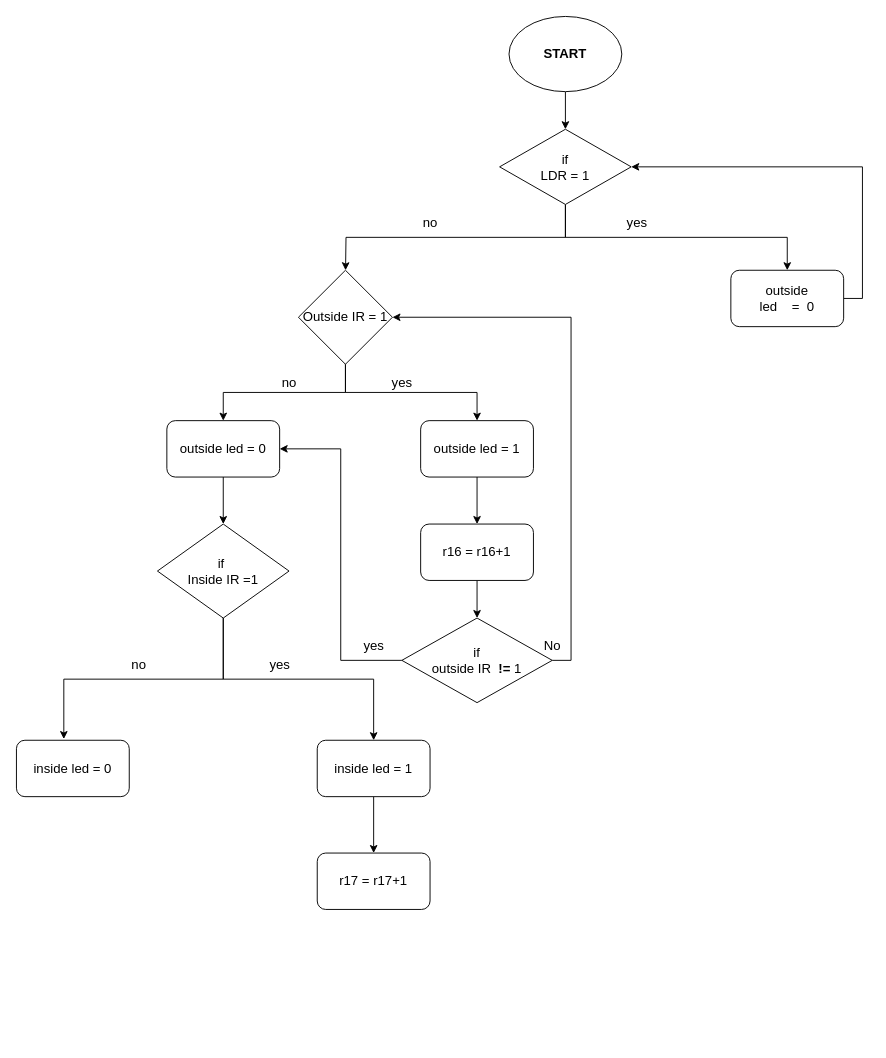
This is User flow diagram mid evaluation.drawio from Narthanasiva/auto_light, a draw.io file, before an edit. Source tidied: cells renumbered, new cells numbered last; positions are measured from the earlier drawing's top-left corner, leaving out a move shared by most shapes. Both pictures are drawn from the tidied source at 94%, with x=0, y=0 at pixel (16, 16).
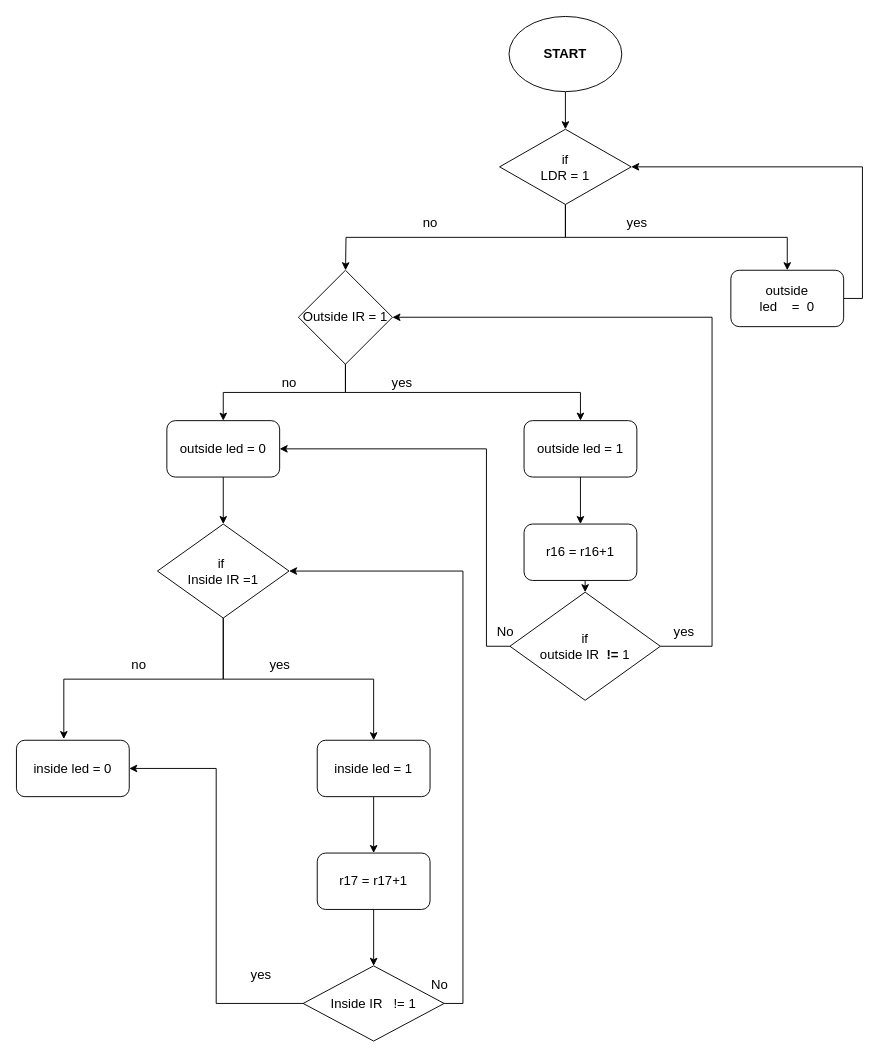
After the change.

Unchanged cells that the change refers to:
```xml
<mxCell id="13" value="Outside IR = 1" style="rhombus;whiteSpace=wrap;html=1;fontSize=14;" parent="1" vertex="1">
  <mxGeometry x="300" y="270" width="100" height="100" as="geometry" />
</mxCell>
<mxCell id="17" value="outside led = 0" style="rounded=1;whiteSpace=wrap;html=1;fontSize=14;" parent="1" vertex="1">
  <mxGeometry x="160" y="430" width="120" height="60" as="geometry" />
</mxCell>
<mxCell id="29" value="if&amp;nbsp;&lt;br&gt;Inside IR =1" style="rhombus;whiteSpace=wrap;html=1;fontSize=14;" parent="1" vertex="1">
  <mxGeometry x="150" y="540" width="140" height="100" as="geometry" />
</mxCell>
<mxCell id="32" value="inside led = 0" style="rounded=1;whiteSpace=wrap;html=1;fontSize=14;" parent="1" vertex="1">
  <mxGeometry y="770" width="120" height="60" as="geometry" />
</mxCell>
<mxCell id="35" value="r17 = r17+1" style="rounded=1;whiteSpace=wrap;html=1;fontSize=14;" parent="1" vertex="1">
  <mxGeometry x="320" y="890" width="120" height="60" as="geometry" />
</mxCell>
```

Change to the diagram source:
```diff
@@
     <mxCell id="15" value="outside led = 1" style="rounded=1;whiteSpace=wrap;html=1;fontSize=14;" parent="1" vertex="1">
-      <mxGeometry x="430" y="430" width="120" height="60" as="geometry" />
+      <mxGeometry x="540" y="430" width="120" height="60" as="geometry" />
     </mxCell>
@@
     <mxCell id="21" value="r16 = r16+1" style="rounded=1;whiteSpace=wrap;html=1;fontSize=14;" parent="1" vertex="1">
-      <mxGeometry x="430" y="540" width="120" height="60" as="geometry" />
+      <mxGeometry x="540" y="540" width="120" height="60" as="geometry" />
     </mxCell>
     <mxCell id="22" style="edgeStyle=orthogonalEdgeStyle;rounded=0;jettySize=auto;html=1;exitX=1;exitY=0.5;exitDx=0;exitDy=0;entryX=1;entryY=0.5;entryDx=0;entryDy=0;fontSize=14;" parent="1" edge="1" source="24" target="13">
-      <mxGeometry relative="1" as="geometry" />
+      <mxGeometry relative="1" as="geometry">
+        <Array as="points">
+          <mxPoint x="740" y="670" />
+          <mxPoint x="740" y="320" />
+        </Array>
+      </mxGeometry>
     </mxCell>
     <mxCell id="23" style="edgeStyle=orthogonalEdgeStyle;rounded=0;jettySize=auto;html=1;exitX=0;exitY=0.5;exitDx=0;exitDy=0;entryX=1;entryY=0.5;entryDx=0;entryDy=0;fontSize=14;" parent="1" edge="1" source="24" target="17">
-      <mxGeometry relative="1" as="geometry" />
+      <mxGeometry relative="1" as="geometry">
+        <Array as="points">
+          <mxPoint x="500" y="670" />
+          <mxPoint x="500" y="460" />
+        </Array>
+      </mxGeometry>
     </mxCell>
     <mxCell id="24" value="if&lt;br&gt;outside IR&amp;nbsp;&amp;nbsp;&lt;b&gt;!=&lt;/b&gt; 1" style="rhombus;whiteSpace=wrap;html=1;fontSize=14;" parent="1" vertex="1">
-      <mxGeometry x="410" y="640" width="160" height="90" as="geometry" />
+      <mxGeometry x="525" y="612.5" width="160" height="115" as="geometry" />
     </mxCell>
     <mxCell id="25" value="No" style="text;html=1;align=center;verticalAlign=middle;strokeColor=none;fillColor=none;fontSize=14;" parent="1" vertex="1">
-      <mxGeometry x="550" y="655" width="40" height="30" as="geometry" />
+      <mxGeometry x="500" y="640" width="40" height="30" as="geometry" />
     </mxCell>
     <mxCell id="26" value="yes" style="text;html=1;align=center;verticalAlign=middle;strokeColor=none;fillColor=none;fontSize=14;" parent="1" vertex="1">
-      <mxGeometry x="355" y="655" width="50" height="30" as="geometry" />
+      <mxGeometry x="685" y="640" width="50" height="30" as="geometry" />
     </mxCell>
@@
+    <mxCell id="36" style="edgeStyle=orthogonalEdgeStyle;rounded=0;jettySize=auto;html=1;exitX=0.5;exitY=1;exitDx=0;exitDy=0;entryX=0.5;entryY=0;entryDx=0;entryDy=0;fontSize=14;" parent="1" edge="1" source="35" target="39">
+      <mxGeometry relative="1" as="geometry" />
+    </mxCell>
@@
+    <mxCell id="37" style="edgeStyle=orthogonalEdgeStyle;rounded=0;jettySize=auto;html=1;exitX=1;exitY=0.5;exitDx=0;exitDy=0;entryX=1;entryY=0.5;entryDx=0;entryDy=0;fontSize=14;" parent="1" edge="1" source="39" target="29">
+      <mxGeometry relative="1" as="geometry" />
+    </mxCell>
+    <mxCell id="38" style="edgeStyle=orthogonalEdgeStyle;rounded=0;jettySize=auto;html=1;exitX=0;exitY=0.5;exitDx=0;exitDy=0;entryX=1;entryY=0.5;entryDx=0;entryDy=0;fontSize=14;" parent="1" edge="1" source="39" target="32">
+      <mxGeometry relative="1" as="geometry" />
+    </mxCell>
+    <mxCell id="39" value="Inside IR&amp;nbsp; &amp;nbsp;!= 1" style="rhombus;whiteSpace=wrap;html=1;fontSize=14;" parent="1" vertex="1">
+      <mxGeometry x="305" y="1010" width="150" height="80" as="geometry" />
+    </mxCell>
+    <mxCell id="40" value="No" style="text;html=1;align=center;verticalAlign=middle;strokeColor=none;fillColor=none;fontSize=14;" parent="1" vertex="1">
+      <mxGeometry x="430" y="1015" width="40" height="30" as="geometry" />
+    </mxCell>
+    <mxCell id="41" value="yes" style="text;html=1;align=center;verticalAlign=middle;strokeColor=none;fillColor=none;fontSize=14;" parent="1" vertex="1">
+      <mxGeometry x="235" y="1005" width="50" height="30" as="geometry" />
+    </mxCell>
```
